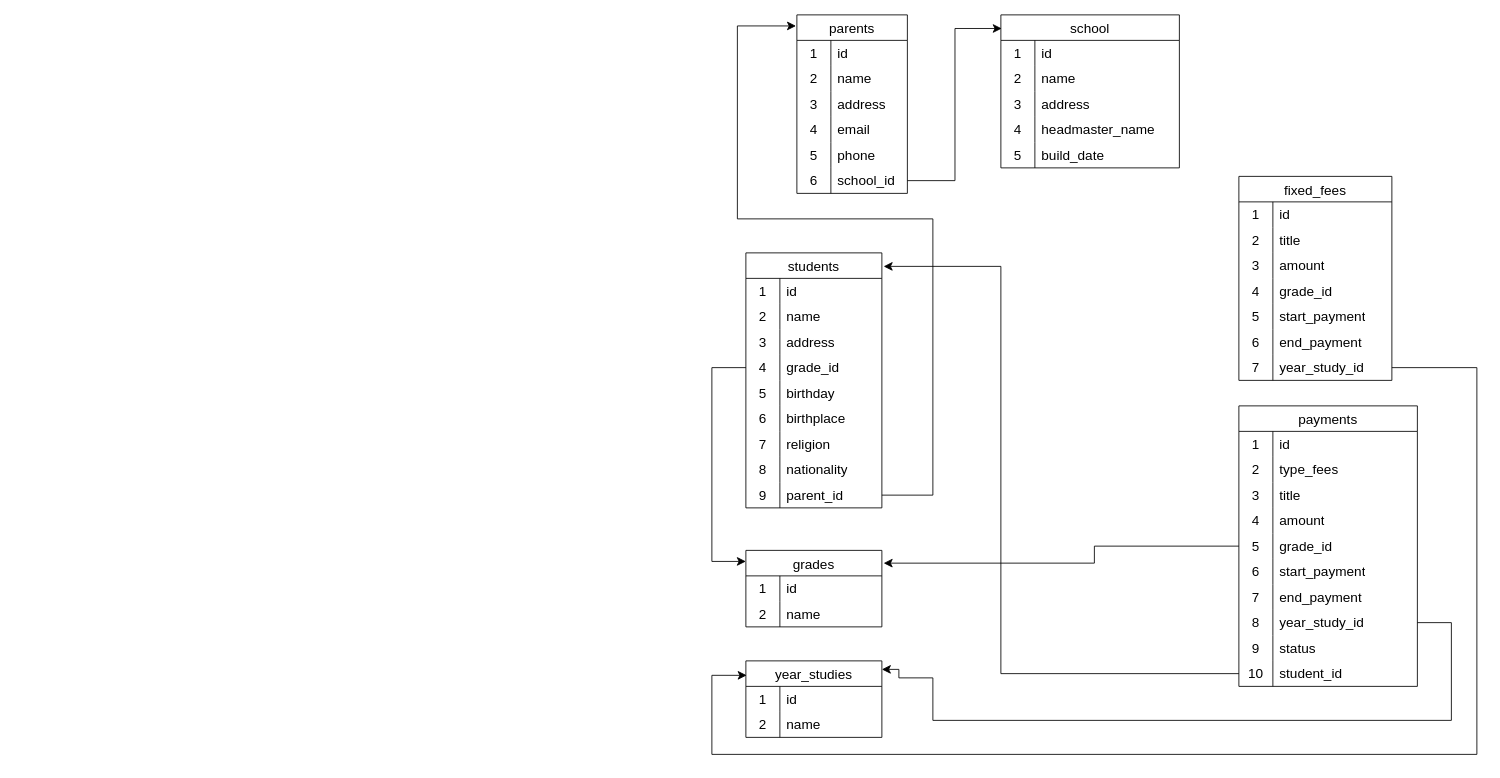
Before: school_plan_payment.drawio in hdinjos/hdinjos, a draw.io diagram. Source tidied: cells renumbered, new cells numbered last; positions are measured from the earlier drawing's top-left corner, leaving out a move shared by most shapes. Both pictures are drawn from the tidied source at 85%, with x=0, y=0 at pixel (711, 14).
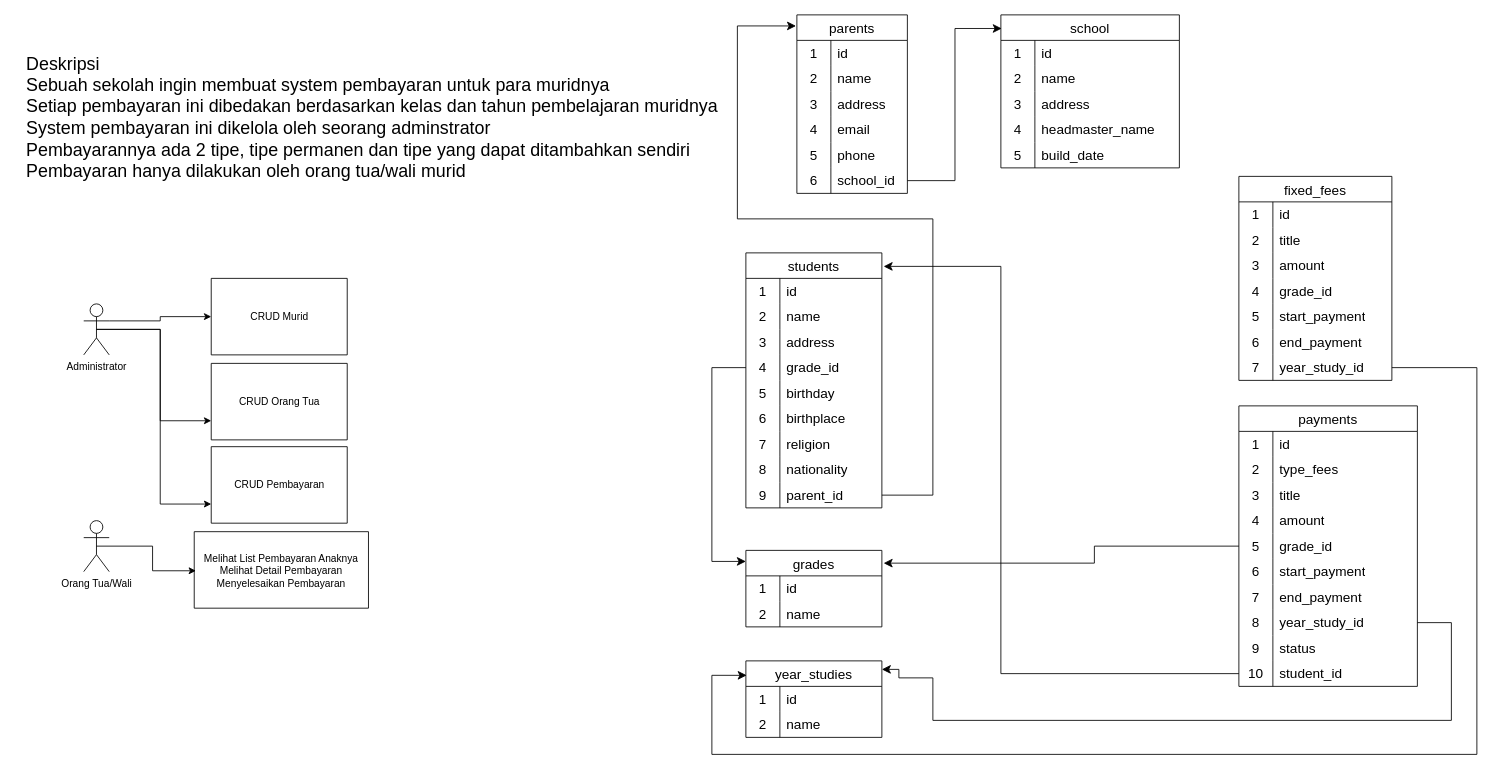
The same diagram, later.

The edit, as a diff of the source:
```diff
@@
+    <mxCell id="139" value="&lt;div style=&quot;text-align: left;&quot;&gt;&lt;span style=&quot;font-size: 21px; background-color: initial;&quot;&gt;Deskripsi&lt;/span&gt;&lt;/div&gt;&lt;span style=&quot;font-size: 21px;&quot;&gt;&lt;div style=&quot;text-align: left;&quot;&gt;&lt;span style=&quot;background-color: initial;&quot;&gt;Sebuah sekolah ingin membuat system pembayaran untuk para muridnya&lt;br&gt;Setiap pembayaran ini dibedakan berdasarkan kelas dan tahun pembelajaran muridnya&lt;/span&gt;&lt;/div&gt;&lt;div style=&quot;text-align: left;&quot;&gt;&lt;span style=&quot;background-color: initial;&quot;&gt;System pembayaran ini dikelola oleh seorang adminstrator&lt;/span&gt;&lt;/div&gt;&lt;div style=&quot;text-align: left;&quot;&gt;&lt;span style=&quot;background-color: initial;&quot;&gt;Pembayarannya ada 2 tipe, tipe permanen dan tipe yang dapat ditambahkan sendiri&lt;/span&gt;&lt;/div&gt;&lt;div style=&quot;text-align: left;&quot;&gt;&lt;span style=&quot;background-color: initial;&quot;&gt;Pembayaran hanya dilakukan oleh orang tua/wali murid&lt;/span&gt;&lt;/div&gt;&lt;/span&gt;" style="text;html=1;align=center;verticalAlign=middle;strokeColor=none;fillColor=none;" parent="1" vertex="1">
+      <mxGeometry x="-820" y="40" width="840" height="160" as="geometry" />
+    </mxCell>
+    <mxCell id="140" style="edgeStyle=orthogonalEdgeStyle;rounded=0;jettySize=auto;html=1;exitX=1;exitY=0.3333333333333333;exitDx=0;exitDy=0;exitPerimeter=0;entryX=0;entryY=0.5;entryDx=0;entryDy=0;" parent="1" edge="1" source="143" target="144">
+      <mxGeometry relative="1" as="geometry" />
+    </mxCell>
+    <mxCell id="141" style="edgeStyle=orthogonalEdgeStyle;rounded=0;jettySize=auto;html=1;exitX=0.5;exitY=0.5;exitDx=0;exitDy=0;exitPerimeter=0;entryX=0;entryY=0.75;entryDx=0;entryDy=0;" parent="1" edge="1" source="143" target="146">
+      <mxGeometry relative="1" as="geometry" />
+    </mxCell>
+    <mxCell id="142" style="edgeStyle=orthogonalEdgeStyle;rounded=0;jettySize=auto;html=1;exitX=0.5;exitY=0.5;exitDx=0;exitDy=0;exitPerimeter=0;entryX=0;entryY=0.75;entryDx=0;entryDy=0;" parent="1" edge="1" source="143" target="148">
+      <mxGeometry relative="1" as="geometry" />
+    </mxCell>
+    <mxCell id="143" value="Administrator" style="shape=umlActor;verticalLabelPosition=bottom;verticalAlign=top;html=1;outlineConnect=0;" parent="1" vertex="1">
+      <mxGeometry x="-739" y="340" width="30" height="60" as="geometry" />
+    </mxCell>
+    <mxCell id="144" style="swimlane;startSize=0;" parent="1" vertex="1">
+      <mxGeometry x="-589" y="310" width="160" height="90" as="geometry" />
+    </mxCell>
+    <mxCell id="145" value="CRUD Murid&lt;br&gt;" style="text;html=1;align=center;verticalAlign=middle;strokeColor=none;fillColor=none;" parent="144" vertex="1">
+      <mxGeometry x="35" y="30" width="90" height="30" as="geometry" />
+    </mxCell>
+    <mxCell id="146" style="swimlane;startSize=0;" parent="1" vertex="1">
+      <mxGeometry x="-589" y="410" width="160" height="90" as="geometry" />
+    </mxCell>
+    <mxCell id="147" value="CRUD Orang Tua" style="text;html=1;align=center;verticalAlign=middle;strokeColor=none;fillColor=none;" parent="146" vertex="1">
+      <mxGeometry x="20" y="30" width="120" height="30" as="geometry" />
+    </mxCell>
+    <mxCell id="148" style="swimlane;startSize=0;" parent="1" vertex="1">
+      <mxGeometry x="-589" y="508" width="160" height="90" as="geometry" />
+    </mxCell>
+    <mxCell id="149" value="CRUD Pembayaran" style="text;html=1;align=center;verticalAlign=middle;strokeColor=none;fillColor=none;" parent="148" vertex="1">
+      <mxGeometry x="15" y="30" width="130" height="30" as="geometry" />
+    </mxCell>
+    <mxCell id="150" style="swimlane;startSize=0;" parent="1" vertex="1">
+      <mxGeometry x="-609" y="608" width="205" height="90" as="geometry" />
+    </mxCell>
+    <mxCell id="151" value="Melihat List Pembayaran Anaknya&lt;br&gt;Melihat Detail Pembayaran&lt;br&gt;Menyelesaikan Pembayaran" style="text;html=1;align=center;verticalAlign=middle;points=[];strokeColor=none;fillColor=none;" parent="150" vertex="1">
+      <mxGeometry x="2" y="16" width="200" height="60" as="geometry" />
+    </mxCell>
+    <mxCell id="152" style="edgeStyle=orthogonalEdgeStyle;rounded=0;jettySize=auto;html=1;exitX=0.5;exitY=0.5;exitDx=0;exitDy=0;exitPerimeter=0;" parent="1" edge="1" source="153" target="151">
+      <mxGeometry relative="1" as="geometry" />
+    </mxCell>
+    <mxCell id="153" value="Orang Tua/Wali&lt;br&gt;" style="shape=umlActor;verticalLabelPosition=bottom;verticalAlign=top;html=1;outlineConnect=0;" parent="1" vertex="1">
+      <mxGeometry x="-739" y="595" width="30" height="60" as="geometry" />
+    </mxCell>
```
